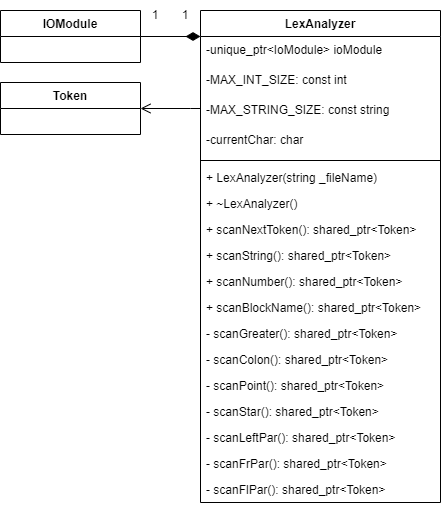
The draw.io diagram diagrams/lexer.png in korpatiy/compiler, before a commit. Source tidied: cells renumbered, new cells last; positions are measured from the earlier drawing's top-left corner, leaving out a move shared by most shapes.
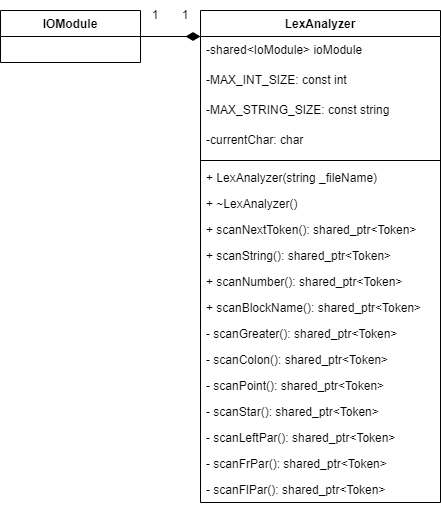
Above is the later version.

Change to the diagram source:
```diff
@@ -10,18 +10,10 @@
         </Array>
       </mxGeometry>
     </mxCell>
-    <mxCell id="3" style="edgeStyle=orthogonalEdgeStyle;rounded=0;jettySize=auto;html=1;startArrow=none;startFill=0;endArrow=open;endFill=0;startSize=12;endSize=8;strokeWidth=1;" parent="1" edge="1" source="4" target="23">
-      <mxGeometry relative="1" as="geometry">
-        <Array as="points">
-          <mxPoint x="190" y="108" />
-          <mxPoint x="190" y="108" />
-        </Array>
-      </mxGeometry>
-    </mxCell>
     <mxCell id="4" value="LexAnalyzer" style="swimlane;fontStyle=1;align=center;verticalAlign=top;horizontal=1;startSize=26;" parent="1" vertex="1">
       <mxGeometry x="200" y="10" width="240" height="492" as="geometry" />
     </mxCell>
-    <mxCell id="5" value="-unique_ptr&lt;IoModule&gt; ioModule" style="text;strokeColor=none;fillColor=none;align=left;verticalAlign=top;spacingLeft=4;spacingRight=4;overflow=hidden;" parent="4" vertex="1">
+    <mxCell id="5" value="-shared&lt;IoModule&gt; ioModule" style="text;strokeColor=none;fillColor=none;align=left;verticalAlign=top;spacingLeft=4;spacingRight=4;overflow=hidden;" parent="4" vertex="1">
       <mxGeometry y="26" width="240" height="30" as="geometry" />
     </mxCell>
     <mxCell id="6" value="-MAX_INT_SIZE: const int" style="text;strokeColor=none;fillColor=none;align=left;verticalAlign=top;spacingLeft=4;spacingRight=4;overflow=hidden;" parent="4" vertex="1">
@@ -75,9 +67,6 @@
     <mxCell id="22" value="- scanFlPar(): shared_ptr&lt;Token&gt;" style="text;strokeColor=none;fillColor=none;align=left;verticalAlign=top;spacingLeft=4;spacingRight=4;overflow=hidden;" parent="4" vertex="1">
       <mxGeometry y="466" width="240" height="26" as="geometry" />
     </mxCell>
-    <mxCell id="23" value="Token" style="swimlane;fontStyle=1;horizontal=1;startSize=26;fillColor=none;" parent="1" vertex="1">
-      <mxGeometry y="82" width="140" height="52" as="geometry" />
-    </mxCell>
     <mxCell id="24" value="IOModule" style="swimlane;fontStyle=1;horizontal=1;startSize=26;fillColor=none;labelBorderColor=none;" parent="1" vertex="1">
       <mxGeometry y="10" width="140" height="52" as="geometry" />
     </mxCell>
```
